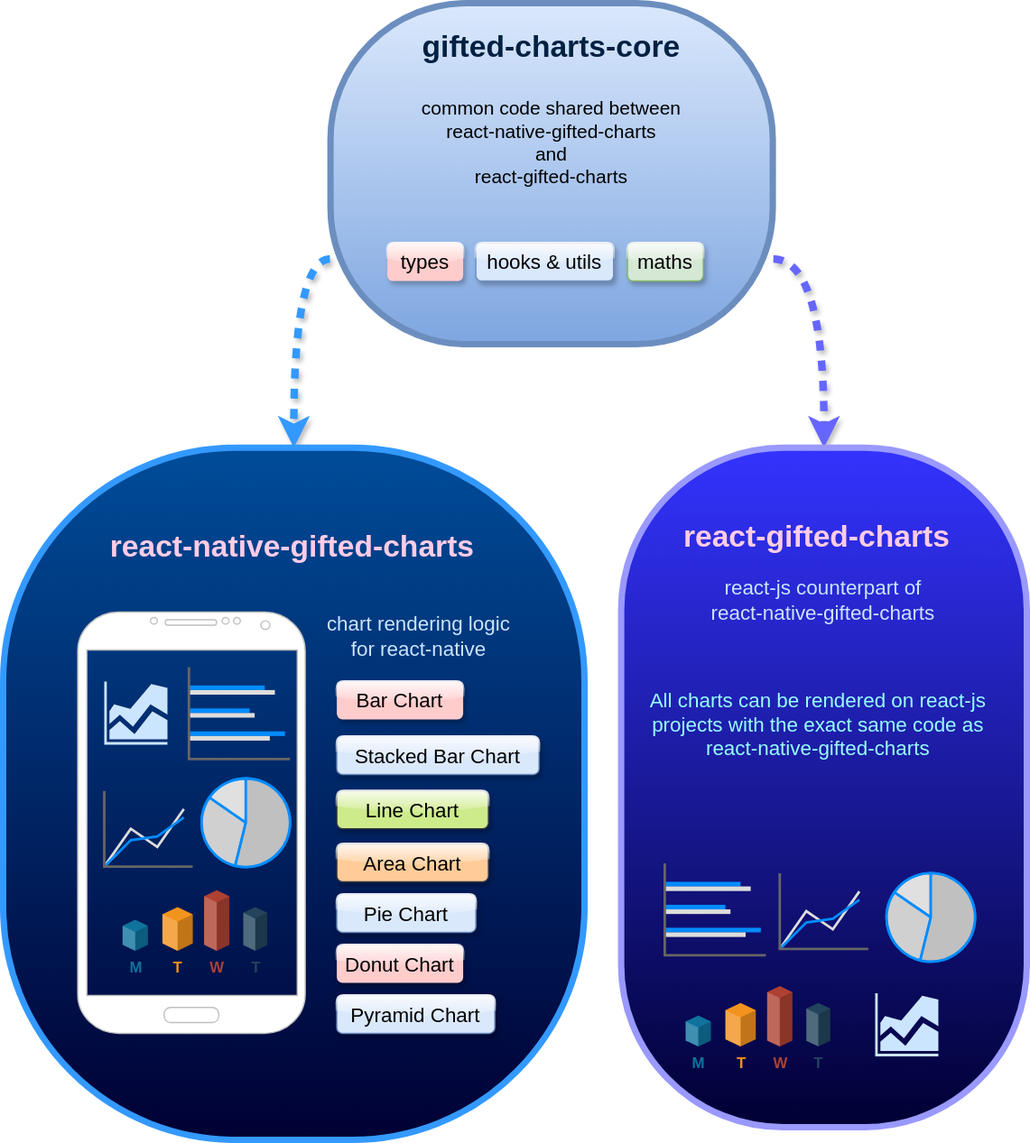
This is docs/dev/gifted-charts-architecture.drawio.svg from Abhinandan-Kushwaha/react-native-gifted-charts, a draw.io export, as it was before one commit. Source tidied: cells renumbered, new cells last; positions are measured from the earlier drawing's top-left corner, leaving out a move shared by most shapes.
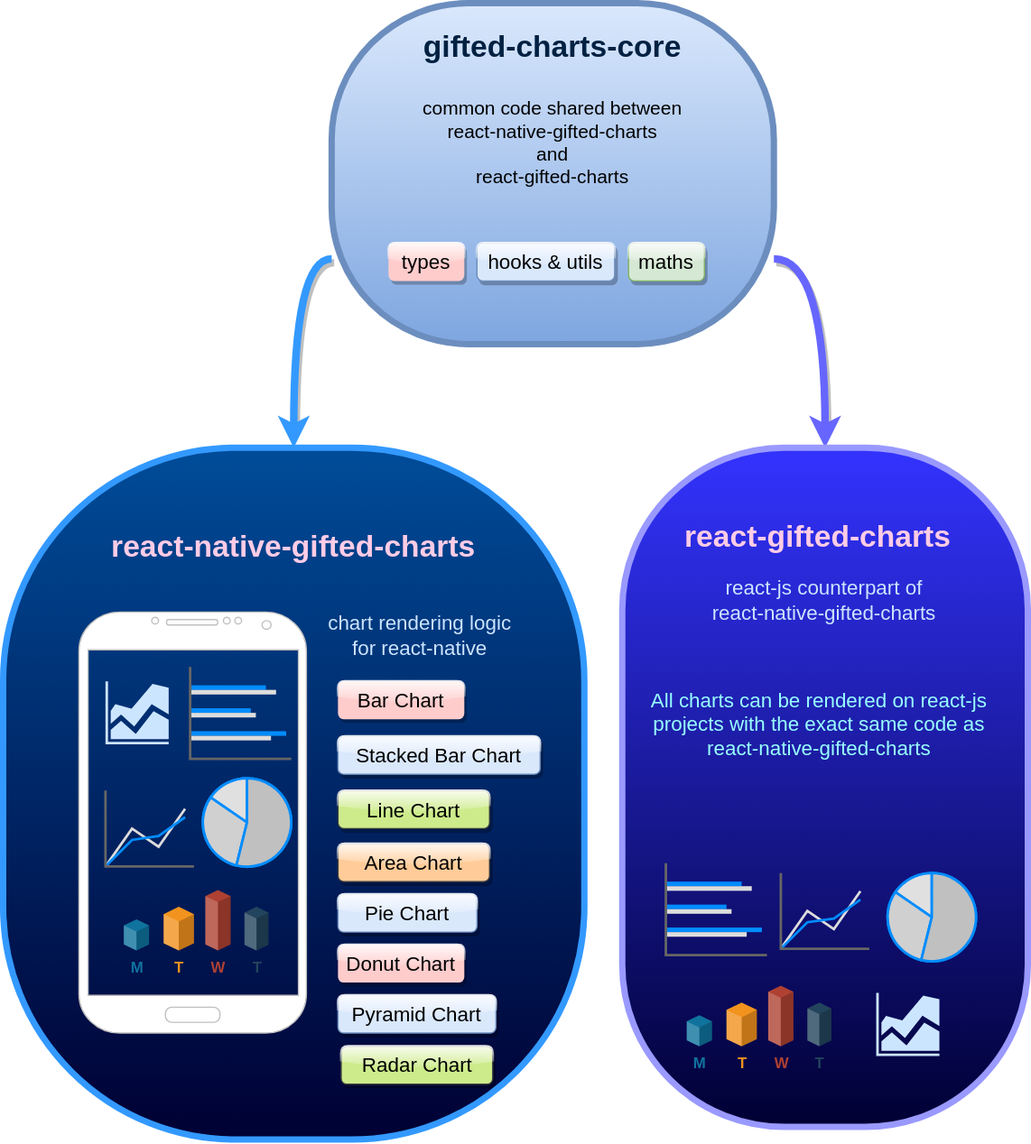
After the commit.

Commit message:
Added dev docs for Bar charts and updated Radar props table

Change to the diagram source:
```diff
@@ -27,7 +27,7 @@
       <mxGeometry x="314" y="20" width="240" height="30" as="geometry" />
     </mxCell>
     <mxCell id="10" style="rounded=1;arcSize=40;strokeWidth=5;fontStyle=1;fontSize=20;glass=0;shadow=0;fillColor=#004C99;strokeColor=#3399FF;gradientColor=#000033;" parent="1" vertex="1">
-      <mxGeometry y="352" width="460" height="548" as="geometry" />
+      <mxGeometry x="-1" y="352" width="460" height="548" as="geometry" />
     </mxCell>
     <mxCell id="11" value="&lt;span style=&quot;text-wrap-mode: nowrap;&quot;&gt;&lt;font style=&quot;&quot;&gt;react-native-gifted-charts&lt;/font&gt;&lt;/span&gt;" style="text;html=1;align=center;verticalAlign=middle;whiteSpace=wrap;rounded=1;glass=1;shadow=1;fillColor=none;strokeColor=none;fontStyle=1;fontSize=24;textShadow=0;fontColor=#FFCCE6;" parent="1" vertex="1">
       <mxGeometry x="79" y="415.7" width="300" height="30" as="geometry" />
@@ -119,5 +119,8 @@
     <mxCell id="40" style="verticalLabelPosition=bottom;shadow=0;dashed=0;align=center;html=1;verticalAlign=top;strokeWidth=1;shape=mxgraph.mockup.graphics.pieChart;strokeColor=#008cff;parts=10,20,35;partColors=#e0e0e0,#d0d0d0,#c0c0c0,#b0b0b0,#a0a0a0;strokeWidth=2;" parent="1" vertex="1">
       <mxGeometry x="699" y="688.9" width="70" height="70" as="geometry" />
     </mxCell>
+    <mxCell id="41" value="&lt;font style=&quot;font-size: 16px;&quot;&gt;Radar Chart&lt;/font&gt;" style="text;html=1;align=center;verticalAlign=middle;whiteSpace=wrap;rounded=1;glass=1;shadow=1;fillColor=#cdeb8b;strokeColor=#36393d;" parent="1" vertex="1">
+      <mxGeometry x="266.5" y="826.2" width="120" height="30" as="geometry" />
+    </mxCell>
   </root>
 </mxGraphModel>
```
